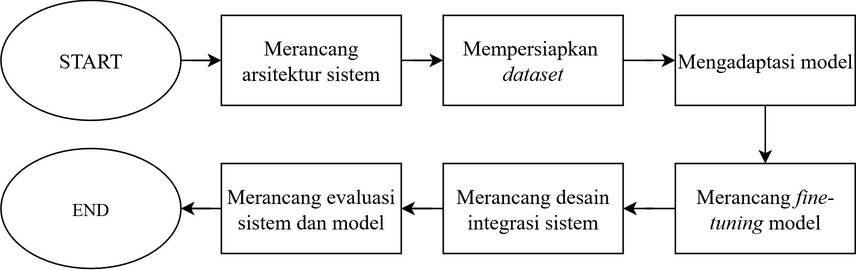
FYP-TrackMyBills/TA-Donut keeps this draw.io diagram as src/images/design-flow.png. Above is the earlier version. Source tidied: cells renumbered, new cells last; positions are measured from the earlier drawing's top-left corner, leaving out a move shared by most shapes.
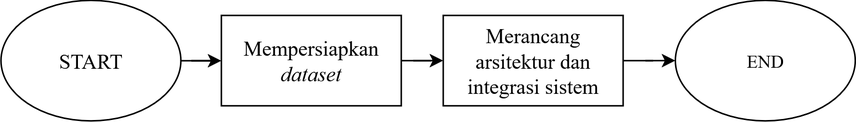
The same diagram one commit later.

What changed in the source:
```diff
@@ -11,41 +11,17 @@
     <mxCell id="4" style="edgeStyle=orthogonalEdgeStyle;rounded=0;jettySize=auto;html=1;entryX=0;entryY=0.5;entryDx=0;entryDy=0;fontFamily=Times New Roman;" parent="1" edge="1" source="5" target="7">
       <mxGeometry relative="1" as="geometry" />
     </mxCell>
-    <mxCell id="5" value="Merancang arsitektur sistem" style="rounded=0;whiteSpace=wrap;html=1;fontSize=14;fontFamily=Times New Roman;" parent="1" vertex="1">
+    <mxCell id="5" value="Mempersiapkan &lt;i&gt;dataset&lt;/i&gt;" style="rounded=0;whiteSpace=wrap;html=1;fontSize=14;fontFamily=Times New Roman;" parent="1" vertex="1">
       <mxGeometry x="147.1" y="9.8" width="120" height="60" as="geometry" />
     </mxCell>
-    <mxCell id="6" style="edgeStyle=orthogonalEdgeStyle;rounded=0;jettySize=auto;html=1;entryX=0;entryY=0.5;entryDx=0;entryDy=0;fontFamily=Times New Roman;" parent="1" edge="1" source="7" target="9">
+    <mxCell id="6" style="edgeStyle=orthogonalEdgeStyle;rounded=0;jettySize=auto;html=1;entryX=0;entryY=0.5;entryDx=0;entryDy=0;fontFamily=Times New Roman;" parent="1" edge="1" source="7" target="8">
       <mxGeometry relative="1" as="geometry" />
     </mxCell>
-    <mxCell id="7" value="&lt;div&gt;Mempersiapkan&amp;nbsp;&lt;/div&gt;&lt;div&gt;&lt;i&gt;dataset&lt;/i&gt;&lt;/div&gt;" style="rounded=0;whiteSpace=wrap;html=1;fontSize=14;fontFamily=Times New Roman;" parent="1" vertex="1">
+    <mxCell id="7" value="Merancang arsitektur dan integrasi sistem" style="rounded=0;whiteSpace=wrap;html=1;fontSize=14;fontFamily=Times New Roman;" parent="1" vertex="1">
       <mxGeometry x="295.1" y="9.8" width="120" height="60" as="geometry" />
     </mxCell>
-    <mxCell id="8" style="edgeStyle=orthogonalEdgeStyle;rounded=0;jettySize=auto;html=1;entryX=0.5;entryY=0;entryDx=0;entryDy=0;fontFamily=Times New Roman;" parent="1" edge="1" source="9" target="11">
-      <mxGeometry relative="1" as="geometry" />
+    <mxCell id="8" value="END" style="ellipse;whiteSpace=wrap;html=1;fontFamily=Times New Roman;" parent="1" vertex="1">
+      <mxGeometry x="450" y="-0.2" width="120" height="80" as="geometry" />
     </mxCell>
-    <mxCell id="9" value="Mengadaptasi model" style="rounded=0;whiteSpace=wrap;html=1;fontSize=14;fontFamily=Times New Roman;" parent="1" vertex="1">
-      <mxGeometry x="450" y="9.8" width="120" height="60" as="geometry" />
-    </mxCell>
-    <mxCell id="10" style="edgeStyle=orthogonalEdgeStyle;rounded=0;jettySize=auto;html=1;fontFamily=Times New Roman;" parent="1" edge="1" source="11" target="13">
-      <mxGeometry relative="1" as="geometry" />
-    </mxCell>
-    <mxCell id="11" value="Merancang&amp;nbsp;&lt;i&gt;fine-tuning&lt;/i&gt;&amp;nbsp;model" style="rounded=0;whiteSpace=wrap;html=1;fontSize=14;fontFamily=Times New Roman;" parent="1" vertex="1">
-      <mxGeometry x="450" y="108.5" width="120" height="60" as="geometry" />
-    </mxCell>
-    <mxCell id="12" style="edgeStyle=orthogonalEdgeStyle;rounded=0;jettySize=auto;html=1;fontFamily=Times New Roman;" parent="1" edge="1" source="13" target="15">
-      <mxGeometry relative="1" as="geometry" />
-    </mxCell>
-    <mxCell id="13" value="Merancang desain integrasi sistem" style="rounded=0;whiteSpace=wrap;html=1;fontSize=14;fontFamily=Times New Roman;" parent="1" vertex="1">
-      <mxGeometry x="295.1" y="108.5" width="120" height="60" as="geometry" />
-    </mxCell>
-    <mxCell id="14" style="edgeStyle=orthogonalEdgeStyle;rounded=0;jettySize=auto;html=1;fontFamily=Times New Roman;" parent="1" edge="1" source="15" target="16">
-      <mxGeometry relative="1" as="geometry" />
-    </mxCell>
-    <mxCell id="15" value="Merancang evaluasi sistem dan model" style="rounded=0;whiteSpace=wrap;html=1;fontSize=14;fontFamily=Times New Roman;" parent="1" vertex="1">
-      <mxGeometry x="147.1" y="108.5" width="120" height="60" as="geometry" />
-    </mxCell>
-    <mxCell id="16" value="END" style="ellipse;whiteSpace=wrap;html=1;fontFamily=Times New Roman;" parent="1" vertex="1">
-      <mxGeometry x="0.1" y="98.5" width="120" height="80" as="geometry" />
-    </mxCell>
   </root>
 </mxGraphModel>
```
